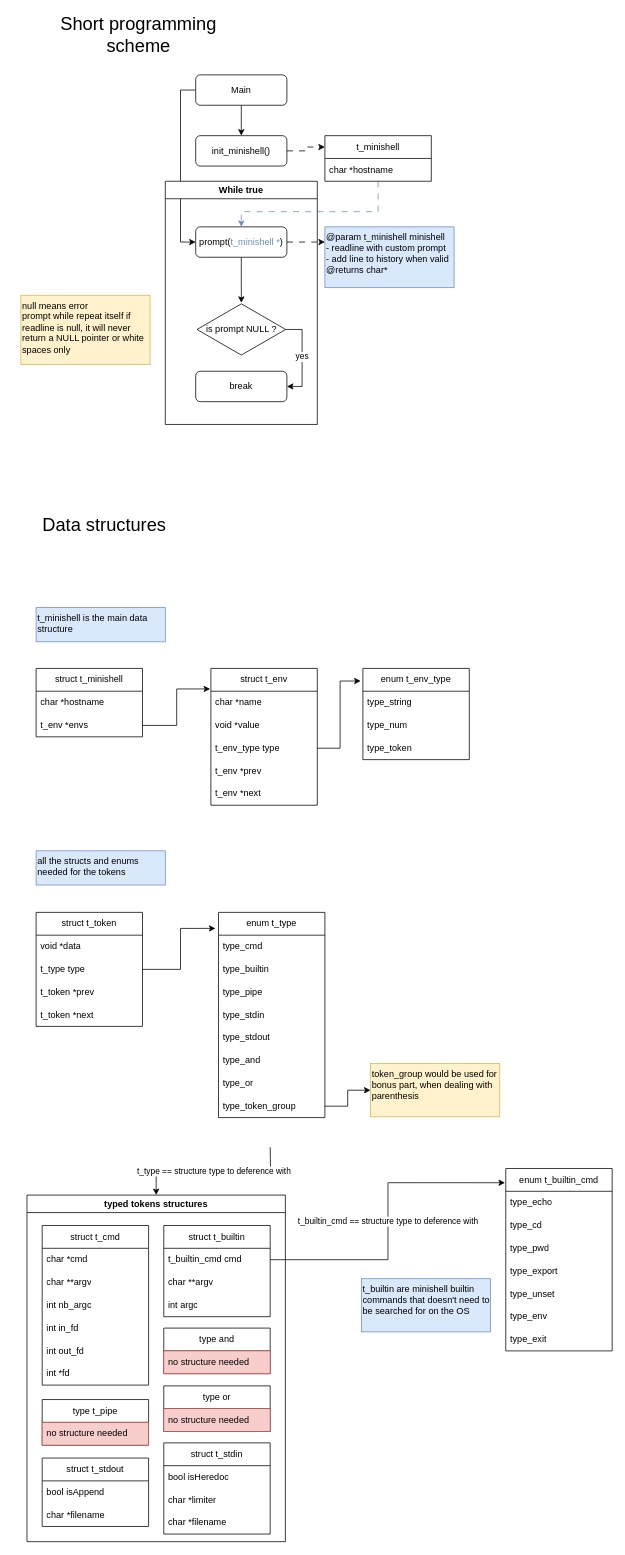
Earlier version of the draw.io diagram docs/flow_scheme.drawio (RPDJF/42-minishell). Source tidied: cells renumbered, new cells numbered last; positions are measured from the earlier drawing's top-left corner, leaving out a move shared by most shapes. Both pictures are drawn from the tidied source at 76%, with x=0, y=0 at pixel (21, 14).
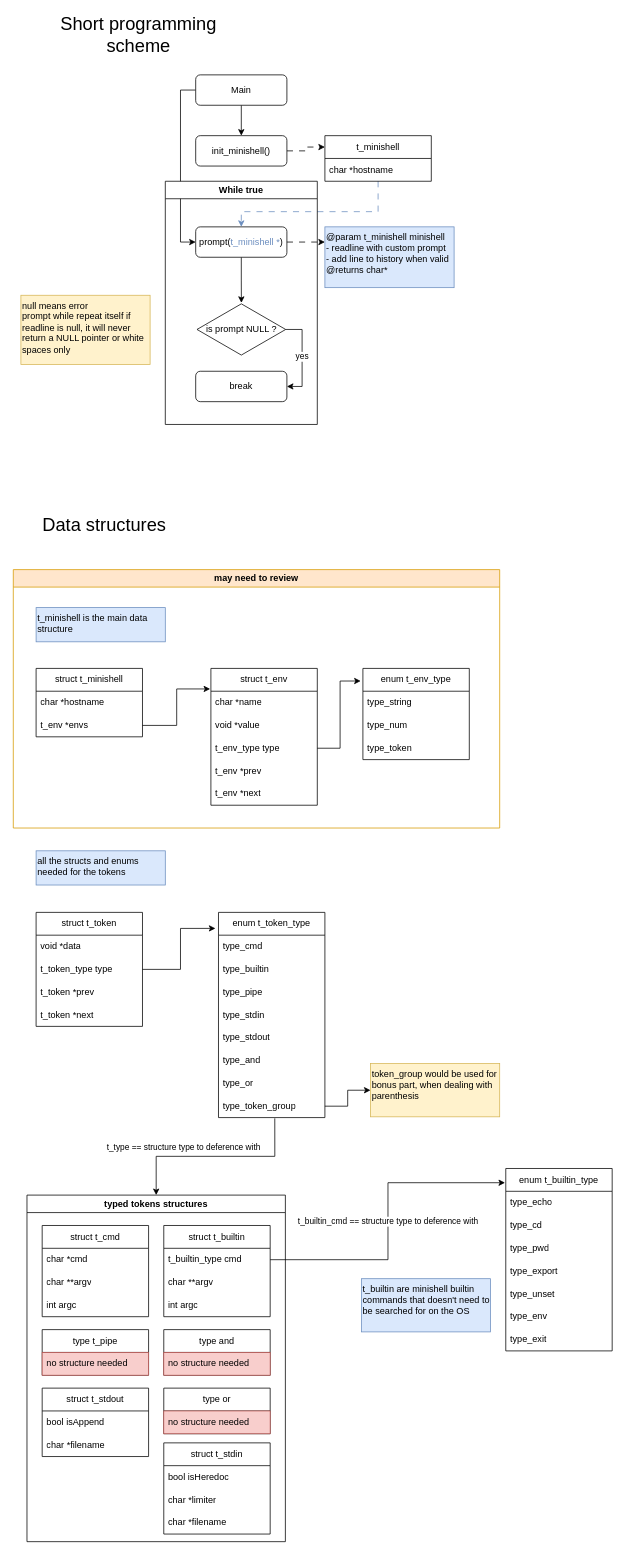
The same page after the edit.

Commit message:
Mettre à jour flow_scheme.drawio

Unchanged cells that the change refers to:
```xml
<mxCell id="19" value="struct t_token" style="swimlane;fontStyle=0;horizontal=1;startSize=30;whiteSpace=wrap;html=1;" parent="1" vertex="1">
  <mxGeometry x="20" y="1182" width="140" height="150" as="geometry" />
</mxCell>
<mxCell id="33" value="type_token_group" style="text;strokeColor=none;fillColor=none;align=left;verticalAlign=middle;spacingLeft=4;spacingRight=4;overflow=hidden;points=[[0,0.5],[1,0.5]];portConstraint=eastwest;whiteSpace=wrap;html=1;" parent="25" vertex="1">
  <mxGeometry y="240" width="140" height="30" as="geometry" />
</mxCell>
<mxCell id="35" value="typed tokens structures" style="swimlane;whiteSpace=wrap;html=1;" parent="1" vertex="1">
  <mxGeometry x="8" y="1554" width="340" height="456" as="geometry" />
</mxCell>
<mxCell id="43" value="struct t_builtin" style="swimlane;fontStyle=0;horizontal=1;startSize=30;whiteSpace=wrap;html=1;" parent="35" vertex="1">
  <mxGeometry x="180" y="40" width="140" height="120" as="geometry" />
</mxCell>
```

The edit, as a diff of the source:
```diff
@@
-    <mxCell id="21" value="t_type type" style="text;strokeColor=none;fillColor=none;align=left;verticalAlign=middle;spacingLeft=4;spacingRight=4;overflow=hidden;points=[[0,0.5],[1,0.5]];portConstraint=eastwest;whiteSpace=wrap;html=1;" parent="19" vertex="1">
+    <mxCell id="21" value="t_token_type type" style="text;strokeColor=none;fillColor=none;align=left;verticalAlign=middle;spacingLeft=4;spacingRight=4;overflow=hidden;points=[[0,0.5],[1,0.5]];portConstraint=eastwest;whiteSpace=wrap;html=1;" parent="19" vertex="1">
       <mxGeometry y="60" width="140" height="30" as="geometry" />
     </mxCell>
@@
-    <mxCell id="24" value="t_type == structure type to deference with" style="edgeStyle=orthogonalEdgeStyle;rounded=0;jettySize=auto;html=1;entryX=0.5;entryY=0;entryDx=0;entryDy=0;" parent="1" edge="1" target="35">
-      <mxGeometry relative="1" as="geometry">
-        <mxPoint x="328" y="1491" as="sourcePoint" />
-      </mxGeometry>
+    <mxCell id="24" value="t_type == structure type to deference with" style="edgeStyle=orthogonalEdgeStyle;rounded=0;jettySize=auto;html=1;entryX=0.5;entryY=0;entryDx=0;entryDy=0;exitX=0.529;exitY=1.033;exitDx=0;exitDy=0;exitPerimeter=0;" parent="1" edge="1" source="33" target="35">
+      <mxGeometry x="0.32" y="-12" relative="1" as="geometry" />
     </mxCell>
-    <mxCell id="25" value="enum t_type" style="swimlane;fontStyle=0;horizontal=1;startSize=30;whiteSpace=wrap;html=1;" parent="1" vertex="1">
+    <mxCell id="25" value="enum t_token_type" style="swimlane;fontStyle=0;horizontal=1;startSize=30;whiteSpace=wrap;html=1;" parent="1" vertex="1">
       <mxGeometry x="260" y="1182" width="140" height="270" as="geometry" />
     </mxCell>
@@
     <mxCell id="36" value="struct t_cmd" style="swimlane;fontStyle=0;horizontal=1;startSize=30;whiteSpace=wrap;html=1;" parent="35" vertex="1">
-      <mxGeometry x="20" y="40" width="140" height="210" as="geometry" />
+      <mxGeometry x="20" y="40" width="140" height="120" as="geometry" />
     </mxCell>
@@
-    <mxCell id="39" value="int nb_argc" style="text;strokeColor=none;fillColor=none;align=left;verticalAlign=middle;spacingLeft=4;spacingRight=4;overflow=hidden;whiteSpace=wrap;html=1;" parent="36" vertex="1">
+    <mxCell id="39" value="int argc" style="text;strokeColor=none;fillColor=none;align=left;verticalAlign=middle;spacingLeft=4;spacingRight=4;overflow=hidden;whiteSpace=wrap;html=1;" parent="36" vertex="1">
       <mxGeometry y="90" width="140" height="30" as="geometry" />
     </mxCell>
-    <mxCell id="40" value="int in_fd" style="text;strokeColor=none;fillColor=none;align=left;verticalAlign=middle;spacingLeft=4;spacingRight=4;overflow=hidden;whiteSpace=wrap;html=1;" parent="36" vertex="1">
-      <mxGeometry y="120" width="140" height="30" as="geometry" />
-    </mxCell>
-    <mxCell id="41" value="int out_fd" style="text;strokeColor=none;fillColor=none;align=left;verticalAlign=middle;spacingLeft=4;spacingRight=4;overflow=hidden;whiteSpace=wrap;html=1;" parent="36" vertex="1">
-      <mxGeometry y="150" width="140" height="30" as="geometry" />
-    </mxCell>
-    <mxCell id="42" value="int *fd" style="text;strokeColor=none;fillColor=none;align=left;verticalAlign=middle;spacingLeft=4;spacingRight=4;overflow=hidden;whiteSpace=wrap;html=1;" parent="36" vertex="1">
-      <mxGeometry y="180" width="140" height="30" as="geometry" />
-    </mxCell>
@@
-    <mxCell id="44" value="t_builtin_cmd cmd" style="text;strokeColor=none;fillColor=none;align=left;verticalAlign=middle;spacingLeft=4;spacingRight=4;overflow=hidden;points=[[0,0.5],[1,0.5]];portConstraint=eastwest;whiteSpace=wrap;html=1;" parent="43" vertex="1">
+    <mxCell id="44" value="t_builtin_type cmd" style="text;strokeColor=none;fillColor=none;align=left;verticalAlign=middle;spacingLeft=4;spacingRight=4;overflow=hidden;points=[[0,0.5],[1,0.5]];portConstraint=eastwest;whiteSpace=wrap;html=1;" parent="43" vertex="1">
       <mxGeometry y="30" width="140" height="30" as="geometry" />
     </mxCell>
@@
     <mxCell id="47" value="type t_pipe" style="swimlane;fontStyle=0;horizontal=1;startSize=30;whiteSpace=wrap;html=1;" parent="35" vertex="1">
-      <mxGeometry x="20" y="269" width="140" height="60" as="geometry" />
+      <mxGeometry x="20" y="177" width="140" height="60" as="geometry" />
     </mxCell>
@@
     <mxCell id="49" value="struct t_stdout" style="swimlane;fontStyle=0;horizontal=1;startSize=30;whiteSpace=wrap;html=1;" parent="35" vertex="1">
-      <mxGeometry x="20" y="346" width="140" height="90" as="geometry" />
+      <mxGeometry x="20" y="254" width="140" height="90" as="geometry" />
     </mxCell>
@@
     <mxCell id="52" value="type and" style="swimlane;fontStyle=0;horizontal=1;startSize=30;whiteSpace=wrap;html=1;" parent="35" vertex="1">
-      <mxGeometry x="180" y="175" width="140" height="60" as="geometry" />
+      <mxGeometry x="180" y="177" width="140" height="60" as="geometry" />
     </mxCell>
@@
     <mxCell id="54" value="type or" style="swimlane;fontStyle=0;horizontal=1;startSize=30;whiteSpace=wrap;html=1;" parent="35" vertex="1">
-      <mxGeometry x="180" y="251" width="140" height="60" as="geometry" />
+      <mxGeometry x="180" y="254" width="140" height="60" as="geometry" />
     </mxCell>
@@
-    <mxCell id="60" value="enum t_builtin_cmd" style="swimlane;fontStyle=0;horizontal=1;startSize=30;whiteSpace=wrap;html=1;" parent="1" vertex="1">
+    <mxCell id="60" value="enum t_builtin_type" style="swimlane;fontStyle=0;horizontal=1;startSize=30;whiteSpace=wrap;html=1;" parent="1" vertex="1">
       <mxGeometry x="638" y="1519" width="140" height="240" as="geometry" />
     </mxCell>
@@
+    <mxCell id="91" value="may need to review" style="swimlane;whiteSpace=wrap;html=1;fillColor=#ffe6cc;strokeColor=#d79b00;" parent="1" vertex="1">
+      <mxGeometry x="-10" y="731" width="640" height="340" as="geometry" />
+    </mxCell>
```
